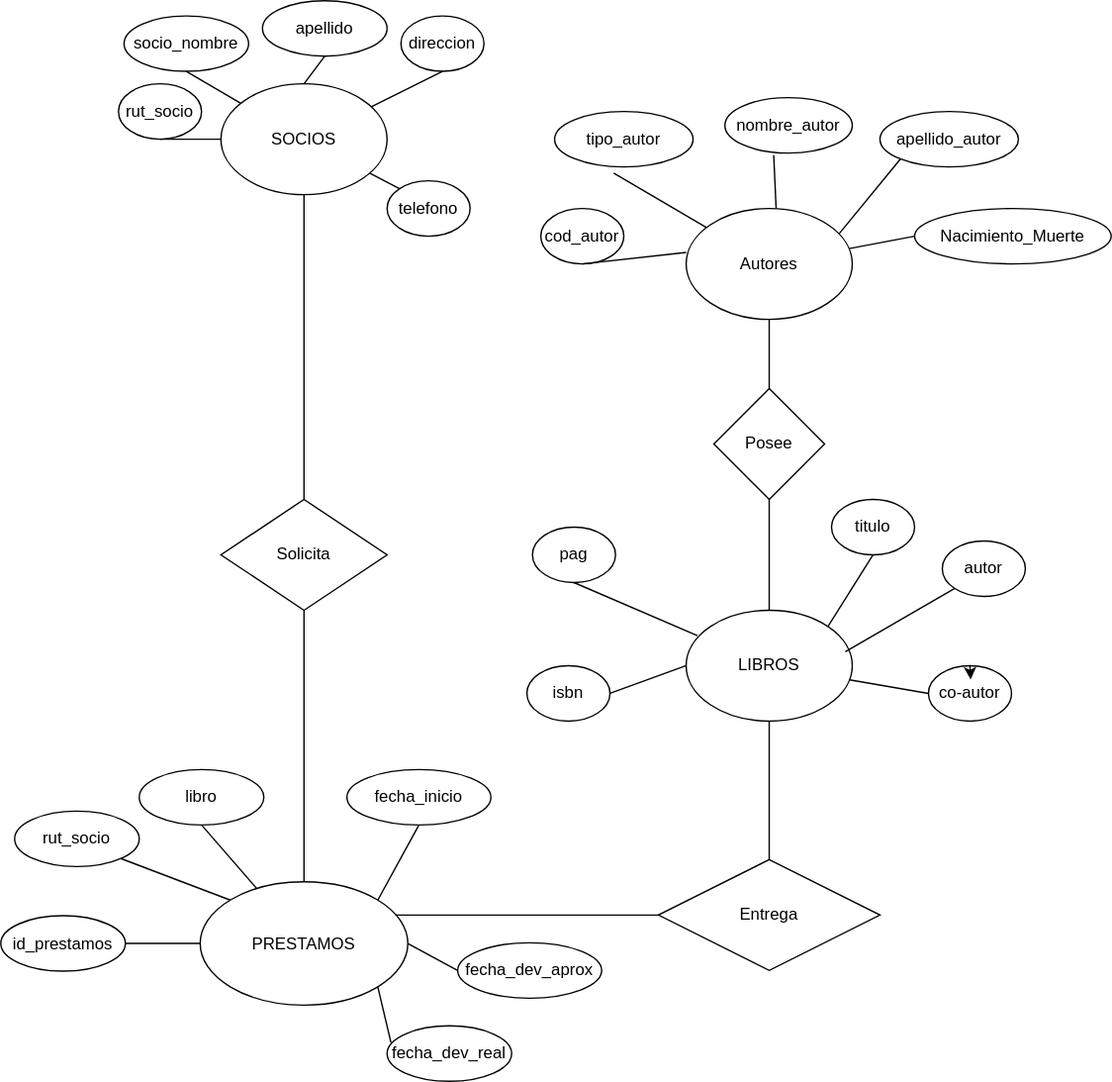
The draw.io diagram Modelo_Conceptual_01.svg in latiscool/BD_Bilbioteca_LTG, before a commit. Source tidied: cells renumbered, new cells last; positions are measured from the earlier drawing's top-left corner, leaving out a move shared by most shapes.
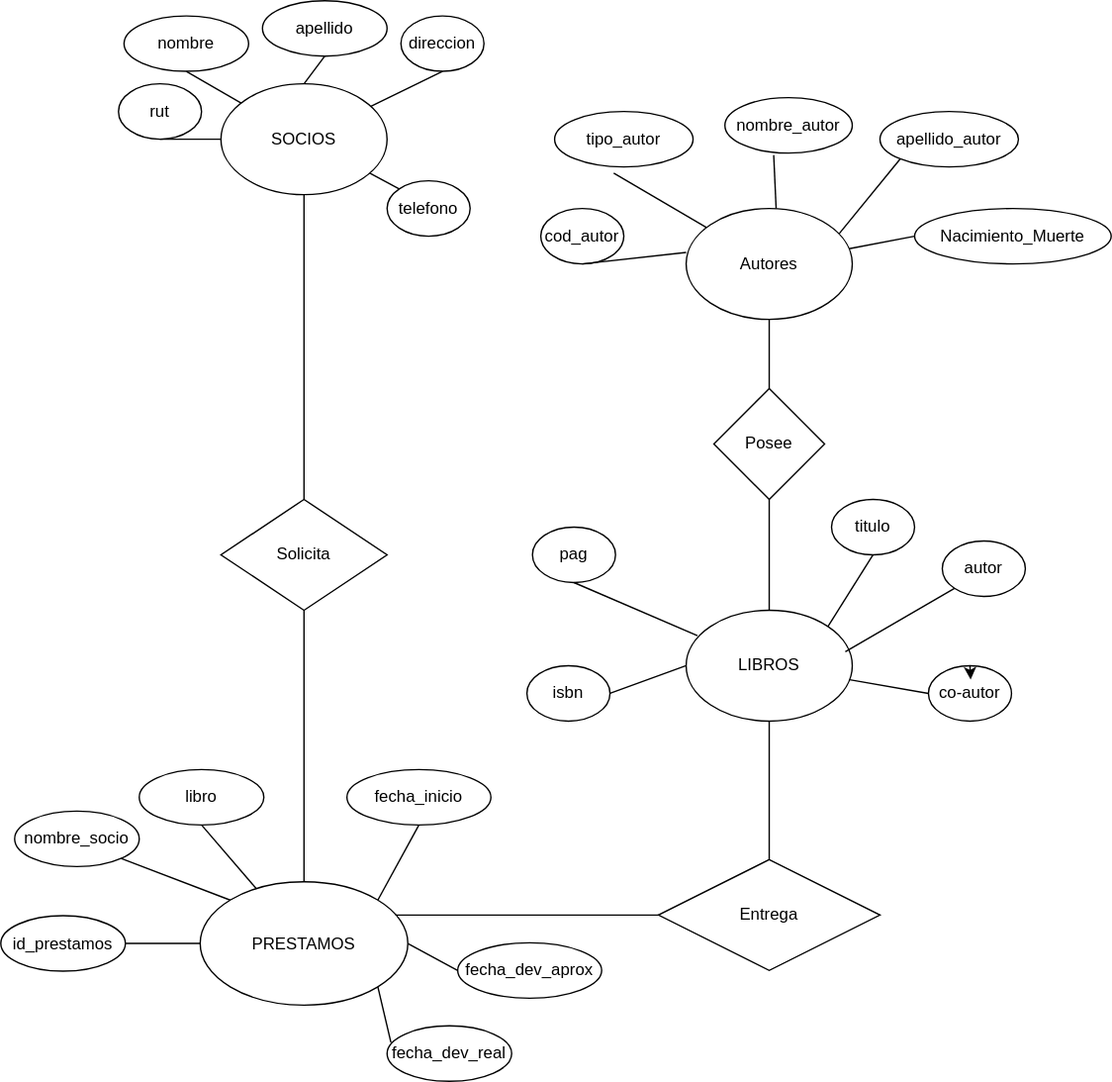
Later version of the same file.

Diff of the diagram source:
```diff
@@ -23,7 +23,7 @@
     <mxCell id="8" style="endArrow=none;html=1;rounded=0;entryX=0;entryY=0.5;entryDx=0;entryDy=0;exitX=1;exitY=0.5;exitDx=0;exitDy=0;" parent="3" edge="1" source="4" target="6">
       <mxGeometry relative="1" as="geometry" />
     </mxCell>
-    <mxCell id="9" value="rut_socio" style="ellipse;whiteSpace=wrap;html=1;" parent="3" vertex="1">
+    <mxCell id="9" value="nombre_socio" style="ellipse;whiteSpace=wrap;html=1;" parent="3" vertex="1">
       <mxGeometry x="10" y="40" width="90" height="40" as="geometry" />
     </mxCell>
     <mxCell id="10" value="libro" style="ellipse;whiteSpace=wrap;html=1;" parent="3" vertex="1">
@@ -50,10 +50,10 @@
     <mxCell id="17" value="SOCIOS" style="ellipse;whiteSpace=wrap;html=1;" parent="16" vertex="1">
       <mxGeometry x="74" y="60" width="120" height="80" as="geometry" />
     </mxCell>
-    <mxCell id="18" value="rut_socio" style="ellipse;whiteSpace=wrap;html=1;" parent="16" vertex="1">
+    <mxCell id="18" value="rut" style="ellipse;whiteSpace=wrap;html=1;" parent="16" vertex="1">
       <mxGeometry y="60" width="60" height="40" as="geometry" />
     </mxCell>
-    <mxCell id="19" value="socio_nombre" style="ellipse;whiteSpace=wrap;html=1;" parent="16" vertex="1">
+    <mxCell id="19" value="nombre" style="ellipse;whiteSpace=wrap;html=1;" parent="16" vertex="1">
       <mxGeometry x="4" y="11" width="90" height="40" as="geometry" />
     </mxCell>
     <mxCell id="20" value="direccion" style="ellipse;whiteSpace=wrap;html=1;" parent="16" vertex="1">
```
